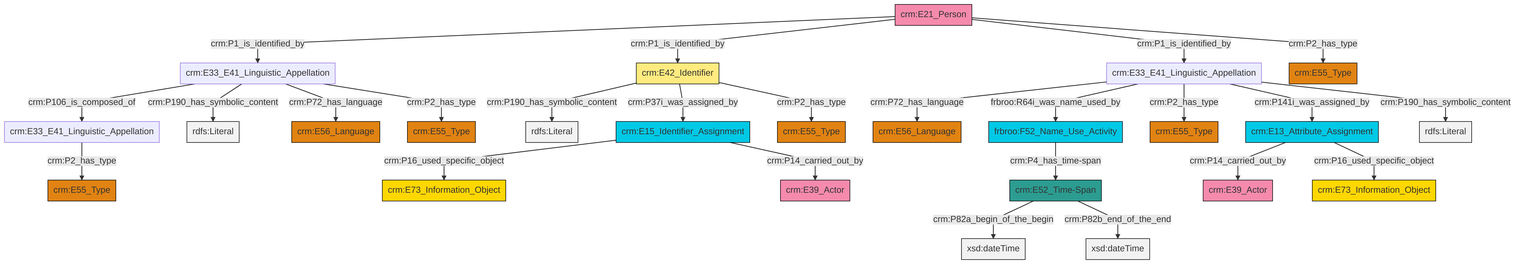
Earlier version of the Mermaid export et/personCSV/ttl/mmd/png/Person_Names_and_Classification.png (swiss-art-research-net/reference-data-models). Its source is kept beside it as et/personCSV/ttl/mmd/Person_Names_and_Classification.ttl.mmd.
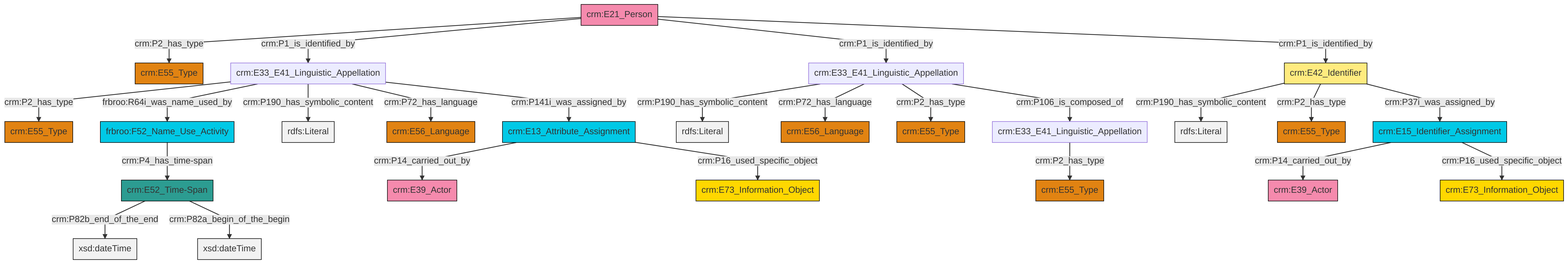
After the change.

Diff of the diagram source:
```diff
@@ -13,27 +13,27 @@
 classDef PC_Classes fill:#4ce600, stroke:#000000;
 classDef Multi fill:#cccccc,stroke:#000000;
 
-2["crm:E33_E41_Linguistic_Appellation"]:::Default -->|crm:P72_has_language| 3["crm:E56_Language"]:::Type
-4["frbroo:F52_Name_Use_Activity"]:::Temporal_Entity -->|crm:P4_has_time-span| 5["crm:E52_Time-Span"]:::Time-Span
-6["crm:E33_E41_Linguistic_Appellation"]:::Default -->|crm:P106_is_composed_of| 7["crm:E33_E41_Linguistic_Appellation"]:::Default
-0["crm:E15_Identifier_Assignment"]:::Temporal_Entity -->|crm:P16_used_specific_object| 12["crm:E73_Information_Object"]:::Conceptual_Object
-2["crm:E33_E41_Linguistic_Appellation"]:::Default -->|frbroo:R64i_was_name_used_by| 4["frbroo:F52_Name_Use_Activity"]:::Temporal_Entity
-7["crm:E33_E41_Linguistic_Appellation"]:::Default -->|crm:P2_has_type| 8["crm:E55_Type"]:::Type
-14["crm:E42_Identifier"]:::Appellation -->|crm:P190_has_symbolic_content| 15[rdfs:Literal]:::Literal
-6["crm:E33_E41_Linguistic_Appellation"]:::Default -->|crm:P190_has_symbolic_content| 18[rdfs:Literal]:::Literal
-14["crm:E42_Identifier"]:::Appellation -->|crm:P37i_was_assigned_by| 0["crm:E15_Identifier_Assignment"]:::Temporal_Entity
-22["crm:E21_Person"]:::Actor -->|crm:P1_is_identified_by| 6["crm:E33_E41_Linguistic_Appellation"]:::Default
-0["crm:E15_Identifier_Assignment"]:::Temporal_Entity -->|crm:P14_carried_out_by| 29["crm:E39_Actor"]:::Actor
-5["crm:E52_Time-Span"]:::Time-Span -->|crm:P82a_begin_of_the_begin| 30[xsd:dateTime]:::Literal
-31["crm:E13_Attribute_Assignment"]:::Temporal_Entity -->|crm:P14_carried_out_by| 26["crm:E39_Actor"]:::Actor
-22["crm:E21_Person"]:::Actor -->|crm:P1_is_identified_by| 14["crm:E42_Identifier"]:::Appellation
-6["crm:E33_E41_Linguistic_Appellation"]:::Default -->|crm:P72_has_language| 36["crm:E56_Language"]:::Type
-22["crm:E21_Person"]:::Actor -->|crm:P1_is_identified_by| 2["crm:E33_E41_Linguistic_Appellation"]:::Default
-2["crm:E33_E41_Linguistic_Appellation"]:::Default -->|crm:P2_has_type| 16["crm:E55_Type"]:::Type
-31["crm:E13_Attribute_Assignment"]:::Temporal_Entity -->|crm:P16_used_specific_object| 10["crm:E73_Information_Object"]:::Conceptual_Object
-14["crm:E42_Identifier"]:::Appellation -->|crm:P2_has_type| 33["crm:E55_Type"]:::Type
-5["crm:E52_Time-Span"]:::Time-Span -->|crm:P82b_end_of_the_end| 42[xsd:dateTime]:::Literal
-2["crm:E33_E41_Linguistic_Appellation"]:::Default -->|crm:P141i_was_assigned_by| 31["crm:E13_Attribute_Assignment"]:::Temporal_Entity
-2["crm:E33_E41_Linguistic_Appellation"]:::Default -->|crm:P190_has_symbolic_content| 45[rdfs:Literal]:::Literal
-22["crm:E21_Person"]:::Actor -->|crm:P2_has_type| 24["crm:E55_Type"]:::Type
-6["crm:E33_E41_Linguistic_Appellation"]:::Default -->|crm:P2_has_type| 19["crm:E55_Type"]:::Type
+4["crm:E33_E41_Linguistic_Appellation"]:::Default -->|crm:P2_has_type| 2["crm:E55_Type"]:::Type
+6["crm:E15_Identifier_Assignment"]:::Temporal_Entity -->|crm:P14_carried_out_by| 0["crm:E39_Actor"]:::Actor
+4["crm:E33_E41_Linguistic_Appellation"]:::Default -->|frbroo:R64i_was_name_used_by| 7["frbroo:F52_Name_Use_Activity"]:::Temporal_Entity
+4["crm:E33_E41_Linguistic_Appellation"]:::Default -->|crm:P190_has_symbolic_content| 8[rdfs:Literal]:::Literal
+7["frbroo:F52_Name_Use_Activity"]:::Temporal_Entity -->|crm:P4_has_time-span| 13["crm:E52_Time-Span"]:::Time-Span
+14["crm:E33_E41_Linguistic_Appellation"]:::Default -->|crm:P2_has_type| 15["crm:E55_Type"]:::Type
+16["crm:E21_Person"]:::Actor -->|crm:P2_has_type| 17["crm:E55_Type"]:::Type
+9["crm:E33_E41_Linguistic_Appellation"]:::Default -->|crm:P190_has_symbolic_content| 20[rdfs:Literal]:::Literal
+16["crm:E21_Person"]:::Actor -->|crm:P1_is_identified_by| 4["crm:E33_E41_Linguistic_Appellation"]:::Default
+26["crm:E42_Identifier"]:::Appellation -->|crm:P190_has_symbolic_content| 30[rdfs:Literal]:::Literal
+13["crm:E52_Time-Span"]:::Time-Span -->|crm:P82b_end_of_the_end| 31[xsd:dateTime]:::Literal
+26["crm:E42_Identifier"]:::Appellation -->|crm:P2_has_type| 24["crm:E55_Type"]:::Type
+32["crm:E13_Attribute_Assignment"]:::Temporal_Entity -->|crm:P14_carried_out_by| 33["crm:E39_Actor"]:::Actor
+13["crm:E52_Time-Span"]:::Time-Span -->|crm:P82a_begin_of_the_begin| 34[xsd:dateTime]:::Literal
+32["crm:E13_Attribute_Assignment"]:::Temporal_Entity -->|crm:P16_used_specific_object| 11["crm:E73_Information_Object"]:::Conceptual_Object
+6["crm:E15_Identifier_Assignment"]:::Temporal_Entity -->|crm:P16_used_specific_object| 28["crm:E73_Information_Object"]:::Conceptual_Object
+9["crm:E33_E41_Linguistic_Appellation"]:::Default -->|crm:P72_has_language| 18["crm:E56_Language"]:::Type
+9["crm:E33_E41_Linguistic_Appellation"]:::Default -->|crm:P2_has_type| 39["crm:E55_Type"]:::Type
+16["crm:E21_Person"]:::Actor -->|crm:P1_is_identified_by| 9["crm:E33_E41_Linguistic_Appellation"]:::Default
+4["crm:E33_E41_Linguistic_Appellation"]:::Default -->|crm:P72_has_language| 21["crm:E56_Language"]:::Type
+4["crm:E33_E41_Linguistic_Appellation"]:::Default -->|crm:P141i_was_assigned_by| 32["crm:E13_Attribute_Assignment"]:::Temporal_Entity
+16["crm:E21_Person"]:::Actor -->|crm:P1_is_identified_by| 26["crm:E42_Identifier"]:::Appellation
+26["crm:E42_Identifier"]:::Appellation -->|crm:P37i_was_assigned_by| 6["crm:E15_Identifier_Assignment"]:::Temporal_Entity
+9["crm:E33_E41_Linguistic_Appellation"]:::Default -->|crm:P106_is_composed_of| 14["crm:E33_E41_Linguistic_Appellation"]:::Default
```
